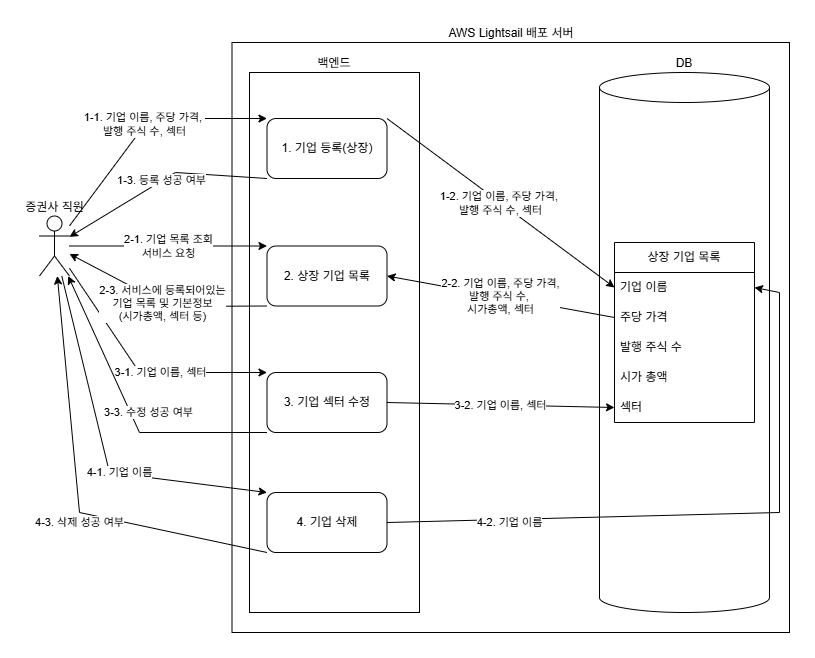
hopencode/cc_stock_trading keeps this draw.io diagram as images/diagram/CC 증권사 직원 기능 부분.png. Above is the earlier version. Source tidied: cells renumbered, new cells last; positions are measured from the earlier drawing's top-left corner, leaving out a move shared by most shapes.
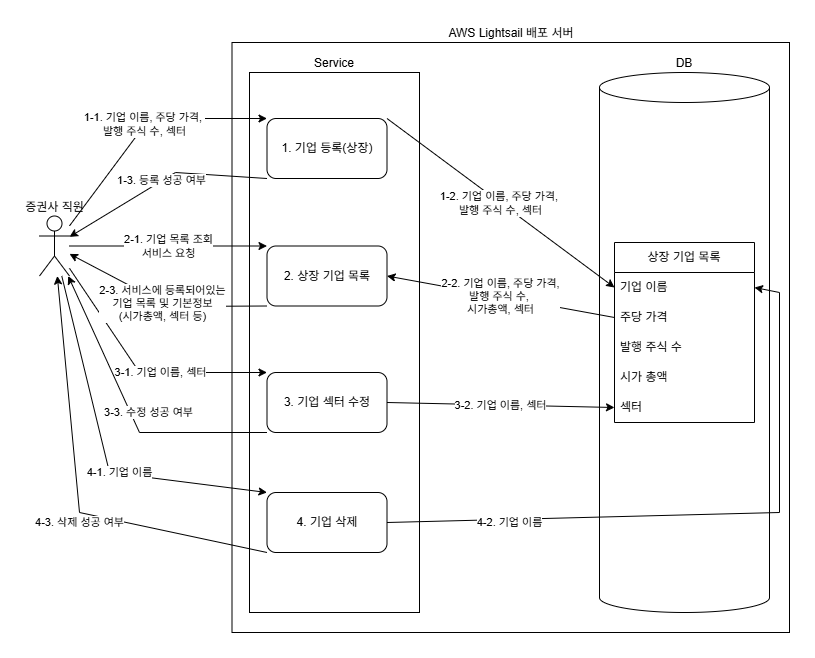
After the commit.

Change to the diagram source:
```diff
@@ -85,7 +85,7 @@
         </Array>
       </mxGeometry>
     </mxCell>
-    <mxCell id="23" value="백엔드" style="rounded=0;whiteSpace=wrap;html=1;fillColor=none;labelPosition=center;verticalLabelPosition=top;align=center;verticalAlign=bottom;" parent="1" vertex="1">
+    <mxCell id="23" value="Service" style="rounded=0;whiteSpace=wrap;html=1;fillColor=none;labelPosition=center;verticalLabelPosition=top;align=center;verticalAlign=bottom;" parent="1" vertex="1">
       <mxGeometry x="210" y="30" width="170" height="540" as="geometry" />
     </mxCell>
     <mxCell id="24" value="4. 기업 삭제" style="rounded=1;whiteSpace=wrap;html=1;" parent="1" vertex="1">
```
